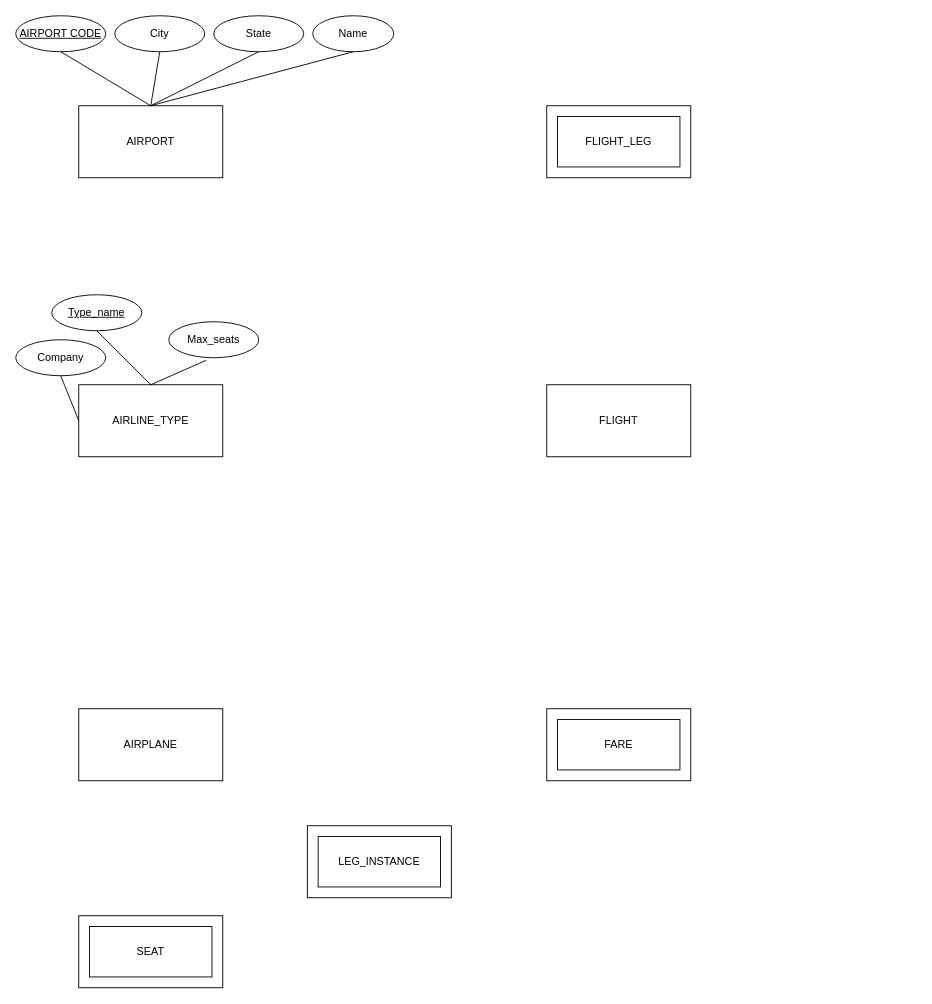
This is Untitled Diagram.drawio from BENHAN94/DB_model, a draw.io file, before an edit. Source tidied: cells renumbered, new cells numbered last; positions are measured from the earlier drawing's top-left corner, leaving out a move shared by most shapes. Both pictures are drawn from the tidied source at 90%, with x=0, y=0 at pixel (15, 15).
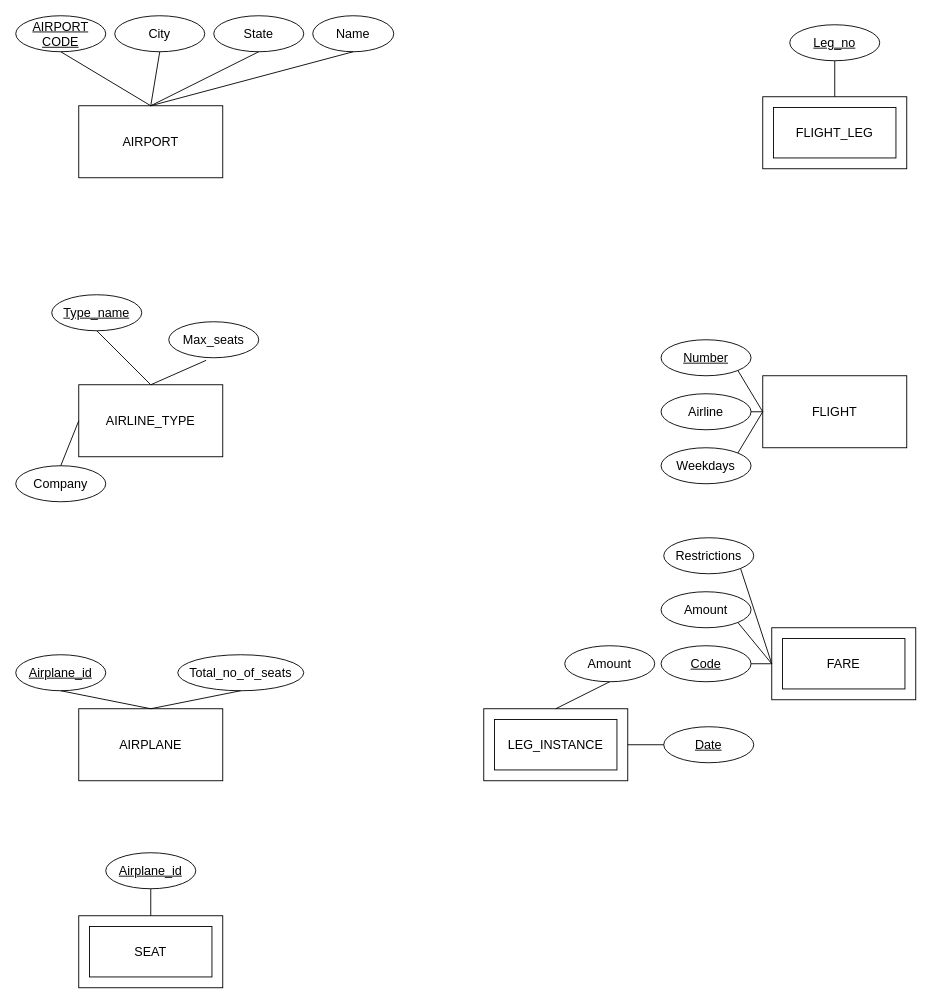
The same diagram, later.

The edit, as a diff of the source:
```diff
@@
-    <mxCell id="2" value="AIRPORT" style="rounded=0;whiteSpace=wrap;html=1;perimeterSpacing=0;sketch=0;" parent="1" vertex="1">
+    <mxCell id="2" value="AIRPORT" style="rounded=0;whiteSpace=wrap;html=1;perimeterSpacing=0;sketch=0;fontSize=14;" parent="1" vertex="1">
       <mxGeometry x="70" y="100" width="160" height="80" as="geometry" />
     </mxCell>
-    <mxCell id="3" value="FLIGHT_LEG" style="shape=ext;double=1;rounded=0;whiteSpace=wrap;html=1;glass=0;sketch=0;gradientColor=none;margin=10;" parent="1" vertex="1">
-      <mxGeometry x="590" y="100" width="160" height="80" as="geometry" />
+    <mxCell id="3" value="FLIGHT_LEG" style="shape=ext;double=1;rounded=0;whiteSpace=wrap;html=1;glass=0;sketch=0;gradientColor=none;margin=10;fontSize=14;" parent="1" vertex="1">
+      <mxGeometry x="830" y="90" width="160" height="80" as="geometry" />
     </mxCell>
-    <mxCell id="4" value="AIRLINE_TYPE" style="rounded=0;whiteSpace=wrap;html=1;perimeterSpacing=0;sketch=0;" parent="1" vertex="1">
+    <mxCell id="4" value="AIRLINE_TYPE" style="rounded=0;whiteSpace=wrap;html=1;perimeterSpacing=0;sketch=0;fontSize=14;" parent="1" vertex="1">
       <mxGeometry x="70" y="410" width="160" height="80" as="geometry" />
     </mxCell>
-    <mxCell id="5" value="AIRPLANE" style="rounded=0;whiteSpace=wrap;html=1;perimeterSpacing=0;sketch=0;" parent="1" vertex="1">
+    <mxCell id="5" value="AIRPLANE" style="rounded=0;whiteSpace=wrap;html=1;perimeterSpacing=0;sketch=0;fontSize=14;" parent="1" vertex="1">
       <mxGeometry x="70" y="770" width="160" height="80" as="geometry" />
     </mxCell>
-    <mxCell id="6" value="FLIGHT" style="rounded=0;whiteSpace=wrap;html=1;perimeterSpacing=0;sketch=0;" parent="1" vertex="1">
-      <mxGeometry x="590" y="410" width="160" height="80" as="geometry" />
+    <mxCell id="6" value="FLIGHT" style="rounded=0;whiteSpace=wrap;html=1;perimeterSpacing=0;sketch=0;fontSize=14;" parent="1" vertex="1">
+      <mxGeometry x="830" y="400" width="160" height="80" as="geometry" />
     </mxCell>
-    <mxCell id="7" value="SEAT" style="shape=ext;double=1;rounded=0;whiteSpace=wrap;html=1;glass=0;sketch=0;gradientColor=none;margin=10;" parent="1" vertex="1">
+    <mxCell id="7" value="SEAT" style="shape=ext;double=1;rounded=0;whiteSpace=wrap;html=1;glass=0;sketch=0;gradientColor=none;margin=10;fontSize=14;" parent="1" vertex="1">
       <mxGeometry x="70" y="1000" width="160" height="80" as="geometry" />
     </mxCell>
-    <mxCell id="8" value="FARE" style="shape=ext;double=1;rounded=0;whiteSpace=wrap;html=1;glass=0;sketch=0;gradientColor=none;margin=10;" parent="1" vertex="1">
-      <mxGeometry x="590" y="770" width="160" height="80" as="geometry" />
+    <mxCell id="8" value="FARE" style="shape=ext;double=1;rounded=0;whiteSpace=wrap;html=1;glass=0;sketch=0;gradientColor=none;margin=10;fontSize=14;" parent="1" vertex="1">
+      <mxGeometry x="840" y="680" width="160" height="80" as="geometry" />
     </mxCell>
-    <mxCell id="9" value="LEG_INSTANCE" style="shape=ext;double=1;rounded=0;whiteSpace=wrap;html=1;glass=0;sketch=0;gradientColor=none;margin=10;" parent="1" vertex="1">
-      <mxGeometry x="324" y="900" width="160" height="80" as="geometry" />
+    <mxCell id="9" value="LEG_INSTANCE" style="shape=ext;double=1;rounded=0;whiteSpace=wrap;html=1;glass=0;sketch=0;gradientColor=none;margin=10;fontSize=14;" parent="1" vertex="1">
+      <mxGeometry x="520" y="770" width="160" height="80" as="geometry" />
     </mxCell>
-    <mxCell id="10" value="&lt;u&gt;AIRPORT CODE&lt;/u&gt;" style="ellipse;whiteSpace=wrap;html=1;rounded=0;glass=0;sketch=0;gradientColor=none;" parent="1" vertex="1">
+    <mxCell id="10" value="&lt;u style=&quot;font-size: 14px;&quot;&gt;AIRPORT CODE&lt;/u&gt;" style="ellipse;whiteSpace=wrap;html=1;rounded=0;glass=0;sketch=0;gradientColor=none;fontSize=14;" parent="1" vertex="1">
       <mxGeometry width="100" height="40" as="geometry" />
     </mxCell>
-    <mxCell id="11" value="City" style="ellipse;whiteSpace=wrap;html=1;rounded=0;glass=0;sketch=0;gradientColor=none;" parent="1" vertex="1">
+    <mxCell id="11" value="City" style="ellipse;whiteSpace=wrap;html=1;rounded=0;glass=0;sketch=0;gradientColor=none;fontSize=14;" parent="1" vertex="1">
       <mxGeometry x="110" width="100" height="40" as="geometry" />
     </mxCell>
-    <mxCell id="12" value="State" style="ellipse;whiteSpace=wrap;html=1;rounded=0;glass=0;sketch=0;gradientColor=none;" parent="1" vertex="1">
+    <mxCell id="12" value="State" style="ellipse;whiteSpace=wrap;html=1;rounded=0;glass=0;sketch=0;gradientColor=none;fontSize=14;" parent="1" vertex="1">
       <mxGeometry x="220" width="100" height="40" as="geometry" />
     </mxCell>
-    <mxCell id="13" value="Name" style="ellipse;whiteSpace=wrap;html=1;rounded=0;glass=0;sketch=0;gradientColor=none;" parent="1" vertex="1">
+    <mxCell id="13" value="Name" style="ellipse;whiteSpace=wrap;html=1;rounded=0;glass=0;sketch=0;gradientColor=none;fontSize=14;" parent="1" vertex="1">
       <mxGeometry x="330" width="90" height="40" as="geometry" />
     </mxCell>
-    <mxCell id="14" style="endArrow=none;html=1;exitX=0.5;exitY=0;exitDx=0;exitDy=0;entryX=0.5;entryY=1;entryDx=0;entryDy=0;" parent="1" edge="1" source="2" target="10">
+    <mxCell id="14" style="endArrow=none;html=1;exitX=0.5;exitY=0;exitDx=0;exitDy=0;entryX=0.5;entryY=1;entryDx=0;entryDy=0;fontSize=14;" parent="1" edge="1" source="2" target="10">
       <mxGeometry relative="1" as="geometry" />
     </mxCell>
-    <mxCell id="15" style="endArrow=none;html=1;entryX=0.5;entryY=1;entryDx=0;entryDy=0;" parent="1" edge="1" target="11">
+    <mxCell id="15" style="endArrow=none;html=1;entryX=0.5;entryY=1;entryDx=0;entryDy=0;fontSize=14;" parent="1" edge="1" target="11">
       <mxGeometry relative="1" as="geometry">
         <mxPoint x="150" y="100" as="sourcePoint" />
       </mxGeometry>
     </mxCell>
-    <mxCell id="16" style="endArrow=none;html=1;entryX=0.5;entryY=1;entryDx=0;entryDy=0;" parent="1" edge="1" target="12">
+    <mxCell id="16" style="endArrow=none;html=1;entryX=0.5;entryY=1;entryDx=0;entryDy=0;fontSize=14;" parent="1" edge="1" target="12">
       <mxGeometry relative="1" as="geometry">
         <mxPoint x="150" y="100" as="sourcePoint" />
       </mxGeometry>
     </mxCell>
-    <mxCell id="17" style="endArrow=none;html=1;exitX=0.5;exitY=0;exitDx=0;exitDy=0;entryX=0.5;entryY=1;entryDx=0;entryDy=0;" parent="1" edge="1" source="2" target="13">
+    <mxCell id="17" style="endArrow=none;html=1;exitX=0.5;exitY=0;exitDx=0;exitDy=0;entryX=0.5;entryY=1;entryDx=0;entryDy=0;fontSize=14;" parent="1" edge="1" source="2" target="13">
       <mxGeometry relative="1" as="geometry" />
     </mxCell>
-    <mxCell id="18" value="&lt;u&gt;Type_name&lt;/u&gt;" style="ellipse;whiteSpace=wrap;html=1;rounded=0;glass=0;sketch=0;gradientColor=none;" parent="1" vertex="1">
+    <mxCell id="18" value="&lt;u style=&quot;font-size: 14px;&quot;&gt;Type_name&lt;/u&gt;" style="ellipse;whiteSpace=wrap;html=1;rounded=0;glass=0;sketch=0;gradientColor=none;fontSize=14;" parent="1" vertex="1">
       <mxGeometry x="40" y="310" width="100" height="40" as="geometry" />
     </mxCell>
-    <mxCell id="19" value="Max_seats" style="ellipse;whiteSpace=wrap;html=1;rounded=0;glass=0;sketch=0;gradientColor=none;" parent="1" vertex="1">
+    <mxCell id="19" value="Max_seats" style="ellipse;whiteSpace=wrap;html=1;rounded=0;glass=0;sketch=0;gradientColor=none;fontSize=14;" parent="1" vertex="1">
       <mxGeometry x="170" y="340" width="100" height="40" as="geometry" />
     </mxCell>
-    <mxCell id="20" value="Company" style="ellipse;whiteSpace=wrap;html=1;rounded=0;glass=0;sketch=0;gradientColor=none;" parent="1" vertex="1">
-      <mxGeometry y="360" width="100" height="40" as="geometry" />
+    <mxCell id="20" value="Company" style="ellipse;whiteSpace=wrap;html=1;rounded=0;glass=0;sketch=0;gradientColor=none;fontSize=14;" parent="1" vertex="1">
+      <mxGeometry y="500" width="100" height="40" as="geometry" />
     </mxCell>
-    <mxCell id="21" style="endArrow=none;html=1;exitX=0;exitY=0.5;exitDx=0;exitDy=0;entryX=0.5;entryY=1;entryDx=0;entryDy=0;" parent="1" edge="1" source="4" target="20">
+    <mxCell id="21" style="endArrow=none;html=1;exitX=0;exitY=0.5;exitDx=0;exitDy=0;entryX=0.5;entryY=0;entryDx=0;entryDy=0;fontSize=14;" parent="1" edge="1" source="4" target="20">
       <mxGeometry relative="1" as="geometry" />
     </mxCell>
-    <mxCell id="22" style="endArrow=none;html=1;entryX=0.5;entryY=1;entryDx=0;entryDy=0;exitX=0.5;exitY=0;exitDx=0;exitDy=0;" parent="1" edge="1" source="4" target="18">
+    <mxCell id="22" style="endArrow=none;html=1;entryX=0.5;entryY=1;entryDx=0;entryDy=0;exitX=0.5;exitY=0;exitDx=0;exitDy=0;fontSize=14;" parent="1" edge="1" source="4" target="18">
       <mxGeometry relative="1" as="geometry" />
     </mxCell>
-    <mxCell id="23" style="endArrow=none;html=1;entryX=0.416;entryY=1.071;entryDx=0;entryDy=0;entryPerimeter=0;" parent="1" edge="1" target="19">
+    <mxCell id="23" style="endArrow=none;html=1;entryX=0.416;entryY=1.071;entryDx=0;entryDy=0;entryPerimeter=0;fontSize=14;" parent="1" edge="1" target="19">
       <mxGeometry relative="1" as="geometry">
         <mxPoint x="150" y="410" as="sourcePoint" />
       </mxGeometry>
     </mxCell>
+    <mxCell id="24" value="&lt;u style=&quot;font-size: 14px;&quot;&gt;Airplane_id&lt;/u&gt;" style="ellipse;whiteSpace=wrap;html=1;rounded=0;glass=0;sketch=0;gradientColor=none;fontSize=14;" parent="1" vertex="1">
+      <mxGeometry y="710" width="100" height="40" as="geometry" />
+    </mxCell>
+    <mxCell id="25" value="Total_no_of_seats" style="ellipse;whiteSpace=wrap;html=1;rounded=0;glass=0;sketch=0;gradientColor=none;fontSize=14;" parent="1" vertex="1">
+      <mxGeometry x="180" y="710" width="140" height="40" as="geometry" />
+    </mxCell>
+    <mxCell id="26" style="endArrow=none;html=1;exitX=0.5;exitY=0;exitDx=0;exitDy=0;entryX=0.5;entryY=1;entryDx=0;entryDy=0;fontSize=14;" parent="1" edge="1" source="5" target="24">
+      <mxGeometry relative="1" as="geometry" />
+    </mxCell>
+    <mxCell id="27" style="endArrow=none;html=1;exitX=0.5;exitY=1;exitDx=0;exitDy=0;entryX=0.5;entryY=0;entryDx=0;entryDy=0;fontSize=14;" parent="1" edge="1" source="25" target="5">
+      <mxGeometry relative="1" as="geometry" />
+    </mxCell>
+    <mxCell id="28" value="&lt;u style=&quot;font-size: 14px;&quot;&gt;Airplane_id&lt;/u&gt;" style="ellipse;whiteSpace=wrap;html=1;rounded=0;glass=0;sketch=0;gradientColor=none;fontSize=14;" parent="1" vertex="1">
+      <mxGeometry x="100" y="930" width="100" height="40" as="geometry" />
+    </mxCell>
+    <mxCell id="29" style="endArrow=none;html=1;exitX=0.5;exitY=0;exitDx=0;exitDy=0;entryX=0.5;entryY=1;entryDx=0;entryDy=0;fontSize=14;" parent="1" edge="1" source="7" target="28">
+      <mxGeometry relative="1" as="geometry" />
+    </mxCell>
+    <mxCell id="30" value="&lt;u style=&quot;font-size: 14px;&quot;&gt;Leg_no&lt;/u&gt;" style="ellipse;whiteSpace=wrap;html=1;rounded=0;glass=0;sketch=0;gradientColor=none;fontSize=14;" parent="1" vertex="1">
+      <mxGeometry x="860" y="10" width="100" height="40" as="geometry" />
+    </mxCell>
+    <mxCell id="31" style="endArrow=none;html=1;entryX=0.5;entryY=1;entryDx=0;entryDy=0;exitX=0.5;exitY=0;exitDx=0;exitDy=0;fontSize=14;" parent="1" edge="1" source="3" target="30">
+      <mxGeometry relative="1" as="geometry" />
+    </mxCell>
+    <mxCell id="32" value="&lt;u style=&quot;font-size: 14px;&quot;&gt;&lt;font style=&quot;font-size: 14px&quot;&gt;Number&lt;/font&gt;&lt;/u&gt;" style="ellipse;whiteSpace=wrap;html=1;rounded=0;glass=0;sketch=0;gradientColor=none;fontSize=14;" parent="1" vertex="1">
+      <mxGeometry x="717" y="360" width="100" height="40" as="geometry" />
+    </mxCell>
+    <mxCell id="33" value="Airline" style="ellipse;whiteSpace=wrap;html=1;rounded=0;glass=0;sketch=0;gradientColor=none;fontSize=14;" parent="1" vertex="1">
+      <mxGeometry x="717" y="420" width="100" height="40" as="geometry" />
+    </mxCell>
+    <mxCell id="34" value="Weekdays" style="ellipse;whiteSpace=wrap;html=1;rounded=0;glass=0;sketch=0;gradientColor=none;fontSize=14;" parent="1" vertex="1">
+      <mxGeometry x="717" y="480" width="100" height="40" as="geometry" />
+    </mxCell>
+    <mxCell id="35" value="&lt;u style=&quot;font-size: 14px;&quot;&gt;Code&lt;/u&gt;" style="ellipse;whiteSpace=wrap;html=1;rounded=0;glass=0;sketch=0;gradientColor=none;fontSize=14;" parent="1" vertex="1">
+      <mxGeometry x="717" y="700" width="100" height="40" as="geometry" />
+    </mxCell>
+    <mxCell id="36" value="Restrictions" style="ellipse;whiteSpace=wrap;html=1;rounded=0;glass=0;sketch=0;gradientColor=none;fontSize=14;" parent="1" vertex="1">
+      <mxGeometry x="720" y="580" width="100" height="40" as="geometry" />
+    </mxCell>
+    <mxCell id="37" value="Amount" style="ellipse;whiteSpace=wrap;html=1;rounded=0;glass=0;sketch=0;gradientColor=none;fontSize=14;" parent="1" vertex="1">
+      <mxGeometry x="717" y="640" width="100" height="40" as="geometry" />
+    </mxCell>
+    <mxCell id="38" style="endArrow=none;html=1;entryX=1;entryY=1;entryDx=0;entryDy=0;exitX=0;exitY=0.5;exitDx=0;exitDy=0;fontSize=14;" parent="1" edge="1" source="6" target="32">
+      <mxGeometry relative="1" as="geometry" />
+    </mxCell>
+    <mxCell id="39" style="endArrow=none;html=1;entryX=1;entryY=0.5;entryDx=0;entryDy=0;fontSize=14;" parent="1" edge="1" target="33">
+      <mxGeometry relative="1" as="geometry">
+        <mxPoint x="830" y="440" as="sourcePoint" />
+      </mxGeometry>
+    </mxCell>
+    <mxCell id="40" style="endArrow=none;html=1;entryX=1;entryY=0;entryDx=0;entryDy=0;fontSize=14;" parent="1" edge="1" target="34">
+      <mxGeometry relative="1" as="geometry">
+        <mxPoint x="830" y="440" as="sourcePoint" />
+      </mxGeometry>
+    </mxCell>
+    <mxCell id="41" value="Amount" style="ellipse;whiteSpace=wrap;html=1;rounded=0;glass=0;sketch=0;gradientColor=none;fontSize=14;" parent="1" vertex="1">
+      <mxGeometry x="610" y="700" width="100" height="40" as="geometry" />
+    </mxCell>
+    <mxCell id="42" value="&lt;u&gt;Date&lt;/u&gt;" style="ellipse;whiteSpace=wrap;html=1;rounded=0;glass=0;sketch=0;gradientColor=none;fontSize=14;" parent="1" vertex="1">
+      <mxGeometry x="720" y="790" width="100" height="40" as="geometry" />
+    </mxCell>
+    <mxCell id="43" style="endArrow=none;html=1;entryX=1;entryY=1;entryDx=0;entryDy=0;fontSize=14;exitX=0;exitY=0.5;exitDx=0;exitDy=0;" parent="1" edge="1" source="8" target="36">
+      <mxGeometry relative="1" as="geometry" />
+    </mxCell>
+    <mxCell id="44" style="endArrow=none;html=1;entryX=1;entryY=1;entryDx=0;entryDy=0;fontSize=14;" parent="1" edge="1" target="37">
+      <mxGeometry relative="1" as="geometry">
+        <mxPoint x="840" y="720" as="sourcePoint" />
+      </mxGeometry>
+    </mxCell>
+    <mxCell id="45" style="endArrow=none;html=1;fontSize=14;" parent="1" edge="1" target="35">
+      <mxGeometry relative="1" as="geometry">
+        <mxPoint x="840" y="720" as="sourcePoint" />
+      </mxGeometry>
+    </mxCell>
+    <mxCell id="46" style="endArrow=none;html=1;entryX=0;entryY=0.5;entryDx=0;entryDy=0;fontSize=14;exitX=1;exitY=0.5;exitDx=0;exitDy=0;" parent="1" edge="1" source="9" target="42">
+      <mxGeometry relative="1" as="geometry" />
+    </mxCell>
+    <mxCell id="47" style="endArrow=none;html=1;entryX=0.5;entryY=0;entryDx=0;entryDy=0;fontSize=14;exitX=0.5;exitY=1;exitDx=0;exitDy=0;" parent="1" edge="1" source="41" target="9">
+      <mxGeometry relative="1" as="geometry" />
+    </mxCell>
```
